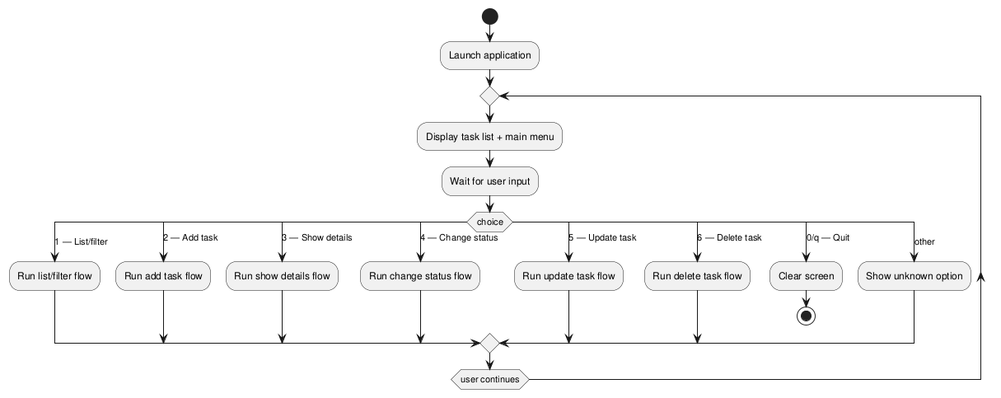
The PlantUML diagram experiments/broadcast/test_driven/TODO/artifacts/activity_diagram.png in DanielRiha8906/Software_autoevolution_using_agents, before a commit. Its diagram source:
```plantuml
@startuml

start
:Launch application;

repeat
  :Display task list + main menu;
  :Wait for user input;

  switch (choice)
    case (1 — List/filter)
      :Run list/filter flow;
    case (2 — Add task)
      :Run add task flow;
    case (3 — Show details)
      :Run show details flow;
    case (4 — Change status)
      :Run change status flow;
    case (5 — Update task)
      :Run update task flow;
    case (6 — Delete task)
      :Run delete task flow;
    case (0/q — Quit)
      :Clear screen;
      stop
    case (other)
      :Show unknown option;
  endswitch

repeat while (user continues)

@enduml
```
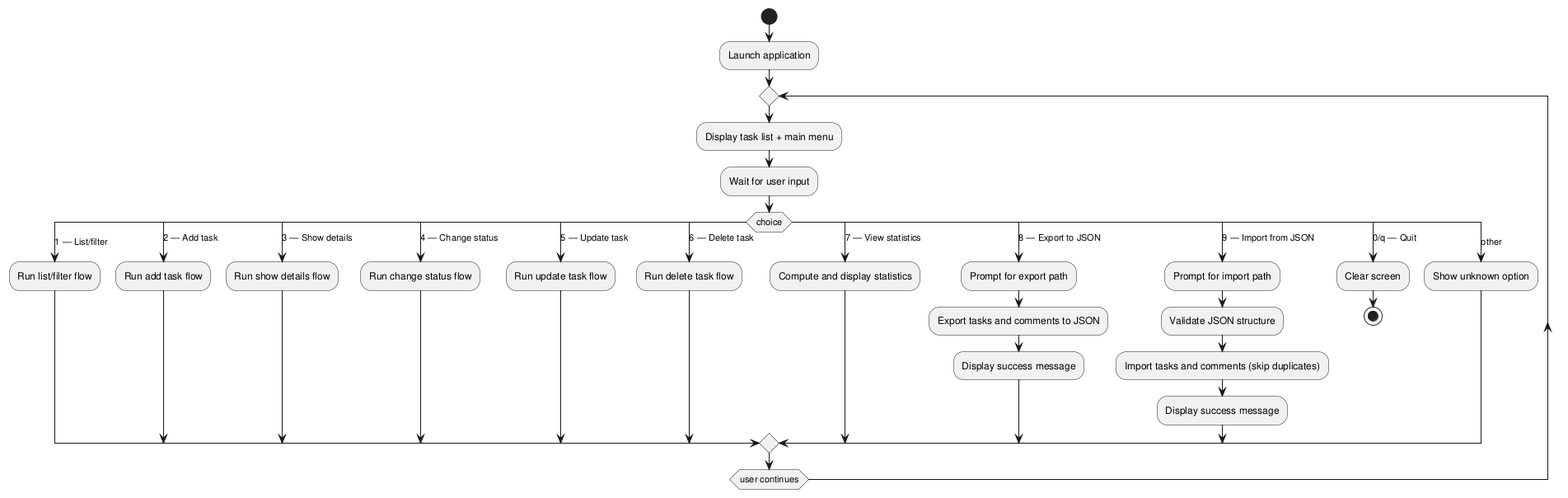
Above is the later version.

Change to the diagram source:
```diff
@@ -1,4 +1,4 @@
-@startuml
+@startuml activity_diagram
 
 start
 :Launch application;
@@ -20,6 +20,17 @@
       :Run update task flow;
     case (6 — Delete task)
       :Run delete task flow;
+    case (7 — View statistics)
+      :Compute and display statistics;
+    case (8 — Export to JSON)
+      :Prompt for export path;
+      :Export tasks and comments to JSON;
+      :Display success message;
+    case (9 — Import from JSON)
+      :Prompt for import path;
+      :Validate JSON structure;
+      :Import tasks and comments (skip duplicates);
+      :Display success message;
     case (0/q — Quit)
       :Clear screen;
       stop
```
